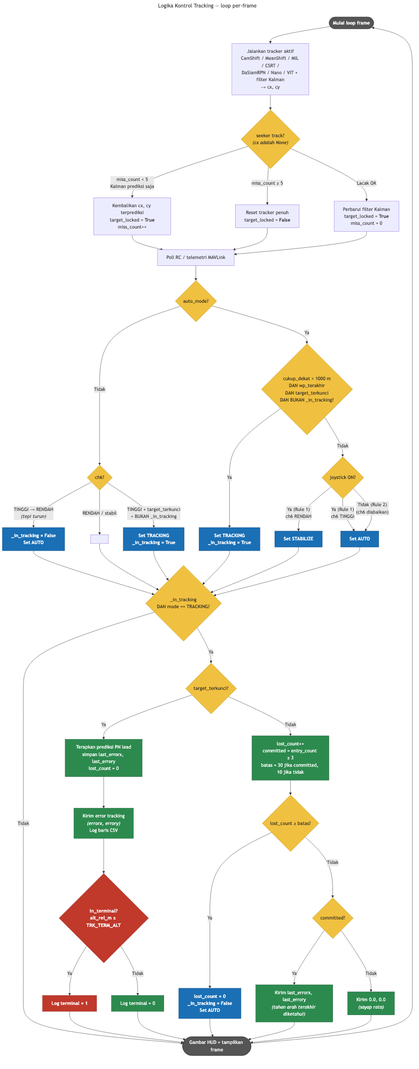
The Mermaid diagram docs/chart_03_tracking_logic.png in musaelhanafi/drone-seeker, before a commit. Its source is kept beside it as docs/chart_03_tracking_logic.mmd.
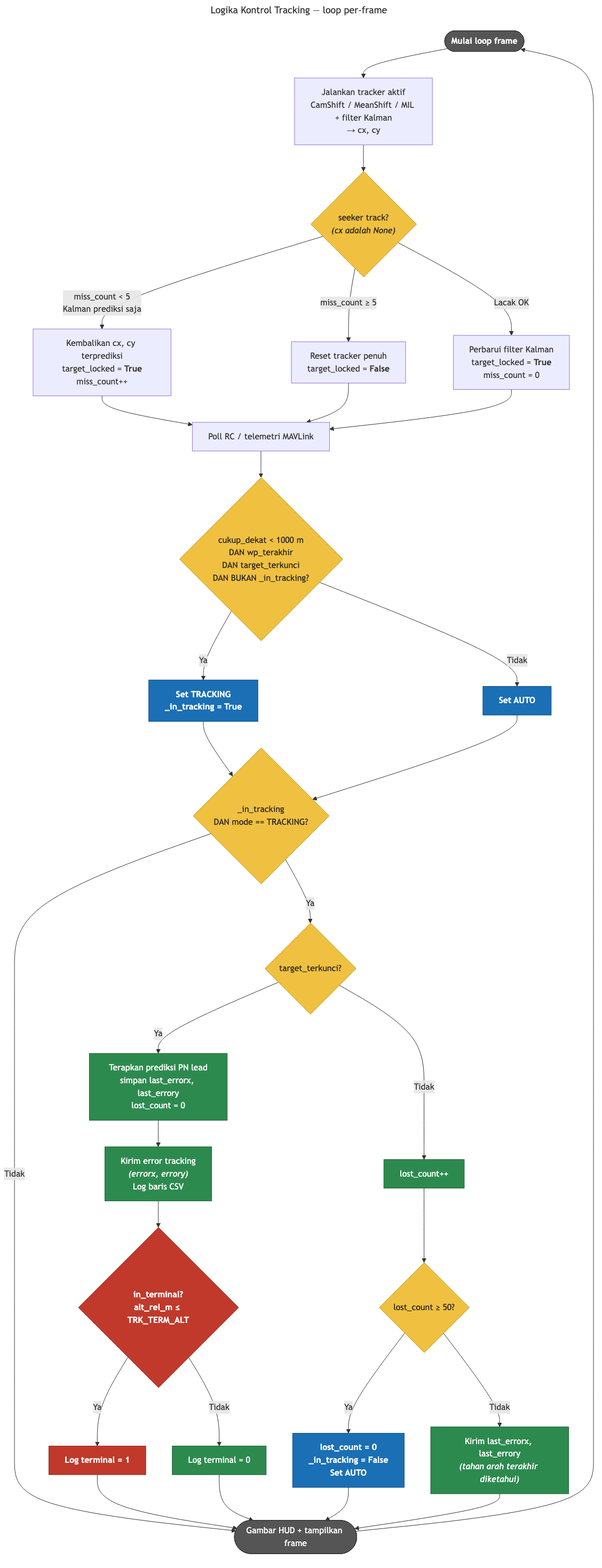
The same diagram one commit later.

Change to the diagram source:
```diff
@@ -5,8 +5,7 @@
     START(["`**Mulai loop frame**`"])
 
     START --> READ["`Jalankan tracker aktif
-    CamShift / MeanShift / MIL / CSRT /
-    DaSiamRPN / Nano / ViT + filter Kalman
+    CamShift / MeanShift / MIL + filter Kalman
     → cx, cy`"]
 
     READ --> KFPRED{"`seeker track?
@@ -27,25 +26,8 @@
     KF_OK --> POLL
 
     POLL["`Poll RC / telemetri MAVLink`"]
-    POLL --> AUTOMODE{auto_mode?}
 
-    AUTOMODE -- Tidak --> CH6_R3{ch6?}
-
-    CH6_R3 -- "`TINGGI → RENDAH
-    _(tepi turun)_`" --> FELL_R3["`_in_tracking = False
-    Set **AUTO**`"]
-
-    CH6_R3 -- "RENDAH / stabil" --> SKIP_R3[ ]
-
-    CH6_R3 -- "`TINGGI + target_terkunci
-    + BUKAN _in_tracking`" --> ENTER_R3["`Set **TRACKING**
-    _in_tracking = True`"]
-
-    FELL_R3    --> FEED
-    SKIP_R3    --> FEED
-    ENTER_R3   --> FEED
-
-    AUTOMODE -- Ya --> WPCHECK{"`cukup_dekat < 1000 m
+    POLL --> WPCHECK{"`cukup_dekat < 1000 m
     DAN wp_terakhir
     DAN target_terkunci
     DAN BUKAN _in_tracking?`"}
@@ -53,19 +35,9 @@
     WPCHECK -- Ya --> ENTER_AUTO["`Set **TRACKING**
     _in_tracking = True`"]
 
-    WPCHECK -- Tidak --> JOYCHECK{joystick ON?}
-
-    JOYCHECK -- "`Ya (Rule 1)
-    ch6 RENDAH`" --> SET_STAB["`Set **STABILIZE**`"]
-
-    JOYCHECK -- "`Ya (Rule 1)
-    ch6 TINGGI`" --> SET_AUTO["`Set **AUTO**`"]
-
-    JOYCHECK -- "`Tidak (Rule 2)
-    (ch6 diabaikan)`" --> SET_AUTO
+    WPCHECK -- Tidak --> SET_AUTO["`Set **AUTO**`"]
 
     ENTER_AUTO --> FEED
-    SET_STAB   --> FEED
     SET_AUTO   --> FEED
 
     FEED{"`_in_tracking
@@ -87,26 +59,20 @@
     TERM -- Ya --> LOG_T["`Log terminal = 1`"]
     TERM -- Tidak  --> LOG_N["`Log terminal = 0`"]
 
-    TGT -- Tidak --> LOSTCNT["`lost_count++
-    committed = entry_count ≥ 3
-    batas = 30 jika committed, 10 jika tidak`"]
+    TGT -- Tidak --> LOSTCNT["`lost_count++`"]
 
-    LOSTCNT --> LOSTLIM{"`lost_count ≥ batas?`"}
+    LOSTCNT --> LOSTLIM{"`lost_count ≥ 50?`"}
     LOSTLIM -- Ya --> FORCE_AUTO["`lost_count = 0
     _in_tracking = False
     Set **AUTO**`"]
 
-    LOSTLIM -- Tidak --> COMMITTED{committed?}
-    COMMITTED -- Ya --> SEND_LAST["`Kirim last_errorx, last_errory
+    LOSTLIM -- Tidak --> SEND_LAST["`Kirim last_errorx, last_errory
     _(tahan arah terakhir diketahui)_`"]
-    COMMITTED -- Tidak  --> SEND_ZERO["`Kirim 0.0, 0.0
-    _(sayap rata)_`"]
 
     LOG_T        --> ANNOTATE
     LOG_N        --> ANNOTATE
     FORCE_AUTO   --> ANNOTATE
     SEND_LAST    --> ANNOTATE
-    SEND_ZERO    --> ANNOTATE
 
     ANNOTATE(["`Gambar HUD + tampilkan frame`"])
     ANNOTATE --> START
@@ -117,8 +83,8 @@
     classDef term_node  fill:#c0392b,color:#fff,stroke:#922b21,font-weight:bold
     classDef endpoint   fill:#555,color:#fff,stroke:#333
 
-    class FELL_R3,SET_STAB,SET_AUTO,ENTER_AUTO,ENTER_R3,FORCE_AUTO modeCmd
-    class AUTOMODE,CH6_R3,WPCHECK,JOYCHECK,FEED,TGT,LOSTLIM,COMMITTED,TERM,KFPRED decision
-    class PN,SEND_ERR,SEND_LAST,SEND_ZERO,LOG_T,LOG_N,LOSTCNT action
+    class SET_STAB,SET_AUTO,ENTER_AUTO,FORCE_AUTO modeCmd
+    class WPCHECK,FEED,TGT,LOSTLIM,TERM,KFPRED decision
+    class PN,SEND_ERR,SEND_LAST,LOG_T,LOG_N,LOSTCNT action
     class LOG_T,TERM term_node
     class START,ANNOTATE endpoint
```
